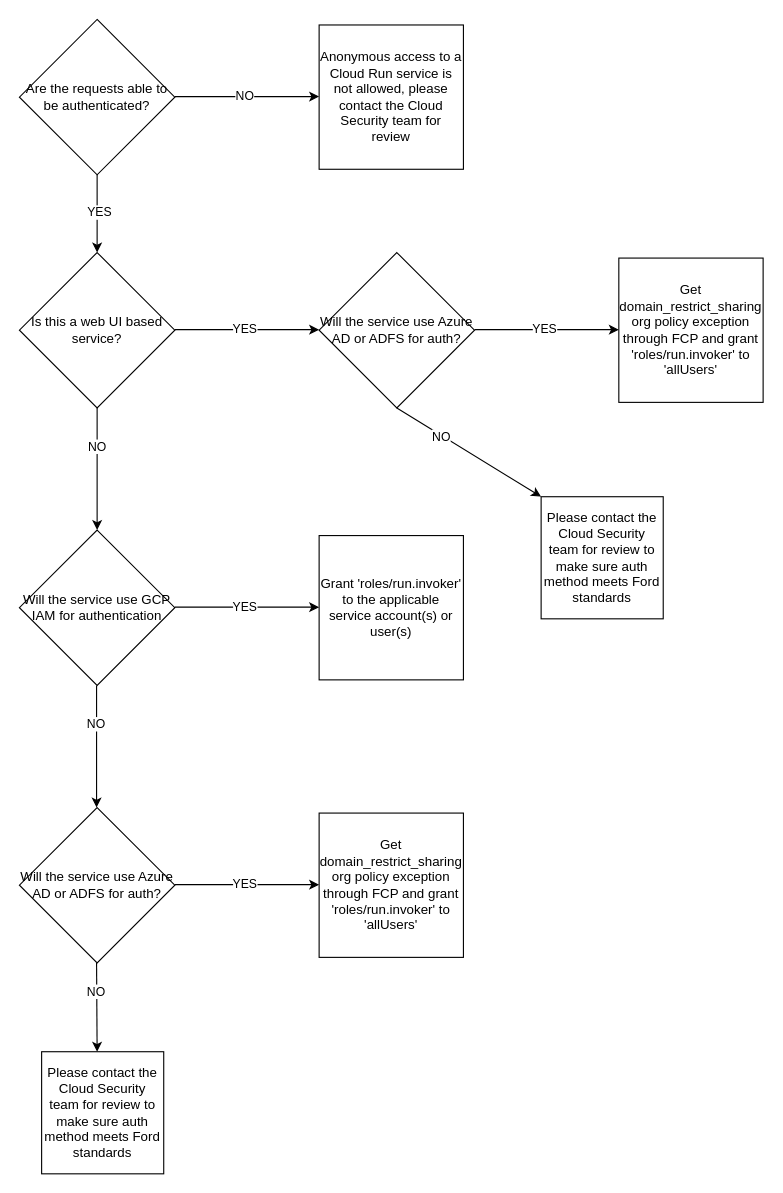
Above: charts/Untitled Diagram.drawio in rmdwyer/flow-charts (draw.io), before the change. Source tidied: cells renumbered, new cells numbered last; positions are measured from the earlier drawing's top-left corner, leaving out a move shared by most shapes. Both pictures are drawn from the tidied source at 111%, with x=0, y=0 at pixel (19, 19).
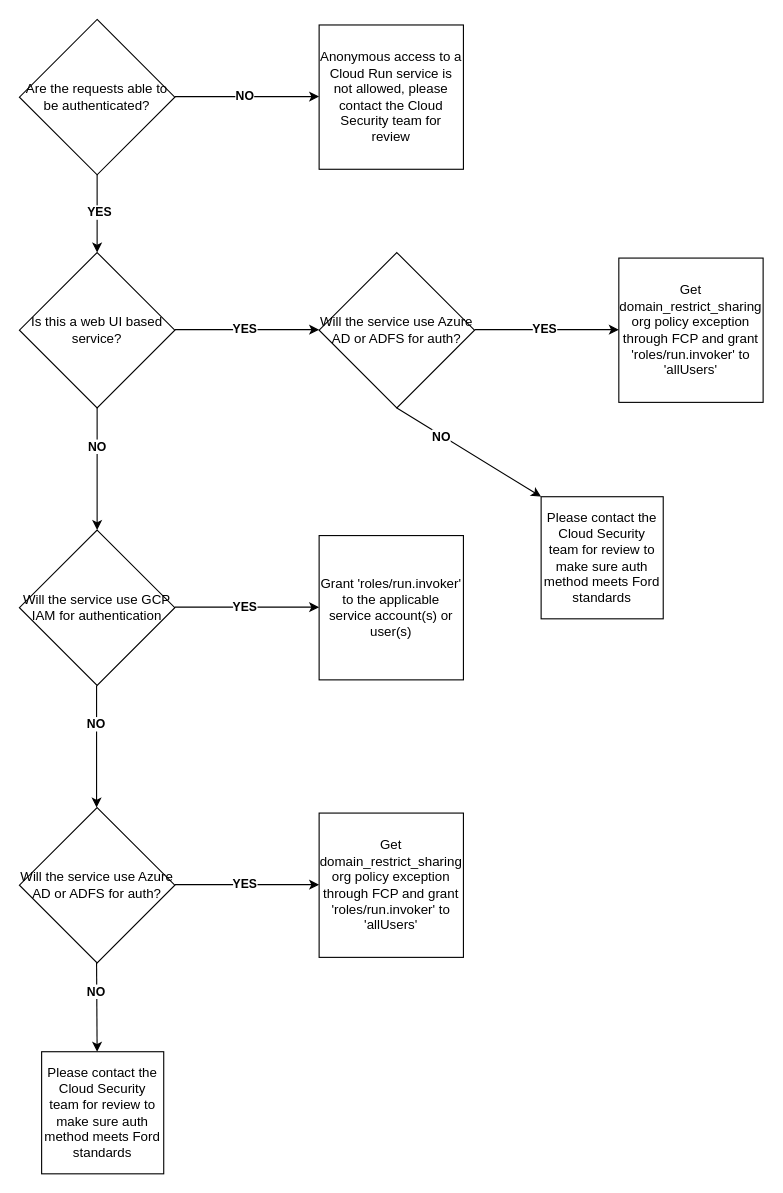
After the change.

Unchanged cells that the change refers to:
```xml
<mxCell id="3" style="endArrow=classic;html=1;rounded=0;" parent="1" edge="1">
  <mxGeometry relative="1" as="geometry">
    <mxPoint x="140" y="279.5" as="sourcePoint" />
    <mxPoint x="270" y="279.5" as="targetPoint" />
  </mxGeometry>
</mxCell>
<mxCell id="5" style="endArrow=classic;html=1;rounded=0;exitX=0.5;exitY=1;exitDx=0;exitDy=0;" parent="1" edge="1" source="2">
  <mxGeometry relative="1" as="geometry">
    <mxPoint x="70" y="460" as="targetPoint" />
  </mxGeometry>
</mxCell>
<mxCell id="9" style="endArrow=classic;html=1;rounded=0;" parent="1" edge="1">
  <mxGeometry relative="1" as="geometry">
    <mxPoint x="140" y="69.5" as="sourcePoint" />
    <mxPoint x="270" y="69.5" as="targetPoint" />
  </mxGeometry>
</mxCell>
<mxCell id="11" style="endArrow=classic;html=1;rounded=0;entryX=0.5;entryY=0;entryDx=0;entryDy=0;" parent="1" edge="1" target="2">
  <mxGeometry relative="1" as="geometry">
    <mxPoint x="70" y="140" as="sourcePoint" />
  </mxGeometry>
</mxCell>
<mxCell id="15" style="endArrow=classic;html=1;rounded=0;" parent="1" edge="1">
  <mxGeometry relative="1" as="geometry">
    <mxPoint x="140" y="529.5" as="sourcePoint" />
    <mxPoint x="270" y="529.5" as="targetPoint" />
  </mxGeometry>
</mxCell>
<mxCell id="18" style="endArrow=classic;html=1;rounded=0;exitX=0.5;exitY=1;exitDx=0;exitDy=0;" parent="1" edge="1">
  <mxGeometry relative="1" as="geometry">
    <mxPoint x="69.5" y="600" as="sourcePoint" />
    <mxPoint x="69.5" y="710" as="targetPoint" />
  </mxGeometry>
</mxCell>
<mxCell id="21" style="endArrow=classic;html=1;rounded=0;" parent="1" edge="1">
  <mxGeometry relative="1" as="geometry">
    <mxPoint x="140" y="779.5" as="sourcePoint" />
    <mxPoint x="270" y="779.5" as="targetPoint" />
  </mxGeometry>
</mxCell>
<mxCell id="24" style="endArrow=classic;html=1;rounded=0;exitX=0.5;exitY=1;exitDx=0;exitDy=0;" parent="1" edge="1">
  <mxGeometry relative="1" as="geometry">
    <mxPoint x="69.5" y="850" as="sourcePoint" />
    <mxPoint x="70" y="930" as="targetPoint" />
  </mxGeometry>
</mxCell>
<mxCell id="27" style="endArrow=classic;html=1;rounded=0;" parent="1" edge="1">
  <mxGeometry relative="1" as="geometry">
    <mxPoint x="410" y="279.5" as="sourcePoint" />
    <mxPoint x="540" y="279.5" as="targetPoint" />
  </mxGeometry>
</mxCell>
<mxCell id="29" style="endArrow=classic;html=1;rounded=0;exitX=0.5;exitY=1;exitDx=0;exitDy=0;" parent="1" edge="1" source="26">
  <mxGeometry relative="1" as="geometry">
    <mxPoint x="470" y="430" as="targetPoint" />
  </mxGeometry>
</mxCell>
```

The edit, as a diff of the source:
```diff
@@
-<mxGraphModel>
+<mxGraphModel background="#ffffff">
@@
-    <mxCell id="4" value="YES" style="edgeLabel;html=1;align=center;verticalAlign=middle;" parent="3" vertex="1">
+    <mxCell id="4" value="YES" style="edgeLabel;html=1;align=center;verticalAlign=middle;fontStyle=1;" parent="3" vertex="1">
       <mxGeometry x="-0.05" y="1" relative="1" as="geometry" />
     </mxCell>
@@
-    <mxCell id="6" value="NO" style="edgeLabel;html=1;align=center;verticalAlign=middle;" parent="5" vertex="1">
+    <mxCell id="6" value="NO" style="edgeLabel;html=1;align=center;verticalAlign=middle;fontStyle=1;" parent="5" vertex="1">
       <mxGeometry x="-0.38" y="-1" relative="1" as="geometry" />
     </mxCell>
@@
-    <mxCell id="10" value="NO" style="edgeLabel;html=1;align=center;verticalAlign=middle;" parent="9" vertex="1">
+    <mxCell id="10" value="NO" style="edgeLabel;html=1;align=center;verticalAlign=middle;fontStyle=1;" parent="9" vertex="1">
       <mxGeometry x="-0.05" y="1" relative="1" as="geometry" />
     </mxCell>
@@
-    <mxCell id="12" value="YES" style="edgeLabel;html=1;align=center;verticalAlign=middle;" parent="11" vertex="1">
+    <mxCell id="12" value="YES" style="edgeLabel;html=1;align=center;verticalAlign=middle;fontStyle=1;" parent="11" vertex="1">
       <mxGeometry x="-0.05" y="1" relative="1" as="geometry" />
     </mxCell>
@@
-    <mxCell id="16" value="YES" style="edgeLabel;html=1;align=center;verticalAlign=middle;" parent="15" vertex="1">
+    <mxCell id="16" value="YES" style="edgeLabel;html=1;align=center;verticalAlign=middle;fontStyle=1;" parent="15" vertex="1">
       <mxGeometry x="-0.05" y="1" relative="1" as="geometry" />
     </mxCell>
@@
-    <mxCell id="19" value="NO" style="edgeLabel;html=1;align=center;verticalAlign=middle;" parent="18" vertex="1">
+    <mxCell id="19" value="NO" style="edgeLabel;html=1;align=center;verticalAlign=middle;fontStyle=1;" parent="18" vertex="1">
       <mxGeometry x="-0.38" y="-1" relative="1" as="geometry" />
     </mxCell>
@@
-    <mxCell id="22" value="YES" style="edgeLabel;html=1;align=center;verticalAlign=middle;" parent="21" vertex="1">
+    <mxCell id="22" value="YES" style="edgeLabel;html=1;align=center;verticalAlign=middle;fontStyle=1;" parent="21" vertex="1">
       <mxGeometry x="-0.05" y="1" relative="1" as="geometry" />
     </mxCell>
@@
-    <mxCell id="25" value="NO" style="edgeLabel;html=1;align=center;verticalAlign=middle;" parent="24" vertex="1">
+    <mxCell id="25" value="NO" style="edgeLabel;html=1;align=center;verticalAlign=middle;fontStyle=1;" parent="24" vertex="1">
       <mxGeometry x="-0.38" y="-1" relative="1" as="geometry" />
     </mxCell>
@@
-    <mxCell id="28" value="YES" style="edgeLabel;html=1;align=center;verticalAlign=middle;" parent="27" vertex="1">
+    <mxCell id="28" value="YES" style="edgeLabel;html=1;align=center;verticalAlign=middle;fontStyle=1;" parent="27" vertex="1">
       <mxGeometry x="-0.05" y="1" relative="1" as="geometry" />
     </mxCell>
@@
-    <mxCell id="30" value="NO" style="edgeLabel;html=1;align=center;verticalAlign=middle;" parent="29" vertex="1">
+    <mxCell id="30" value="NO" style="edgeLabel;html=1;align=center;verticalAlign=middle;fontStyle=1;" parent="29" vertex="1">
       <mxGeometry x="-0.38" y="-1" relative="1" as="geometry" />
     </mxCell>
```
